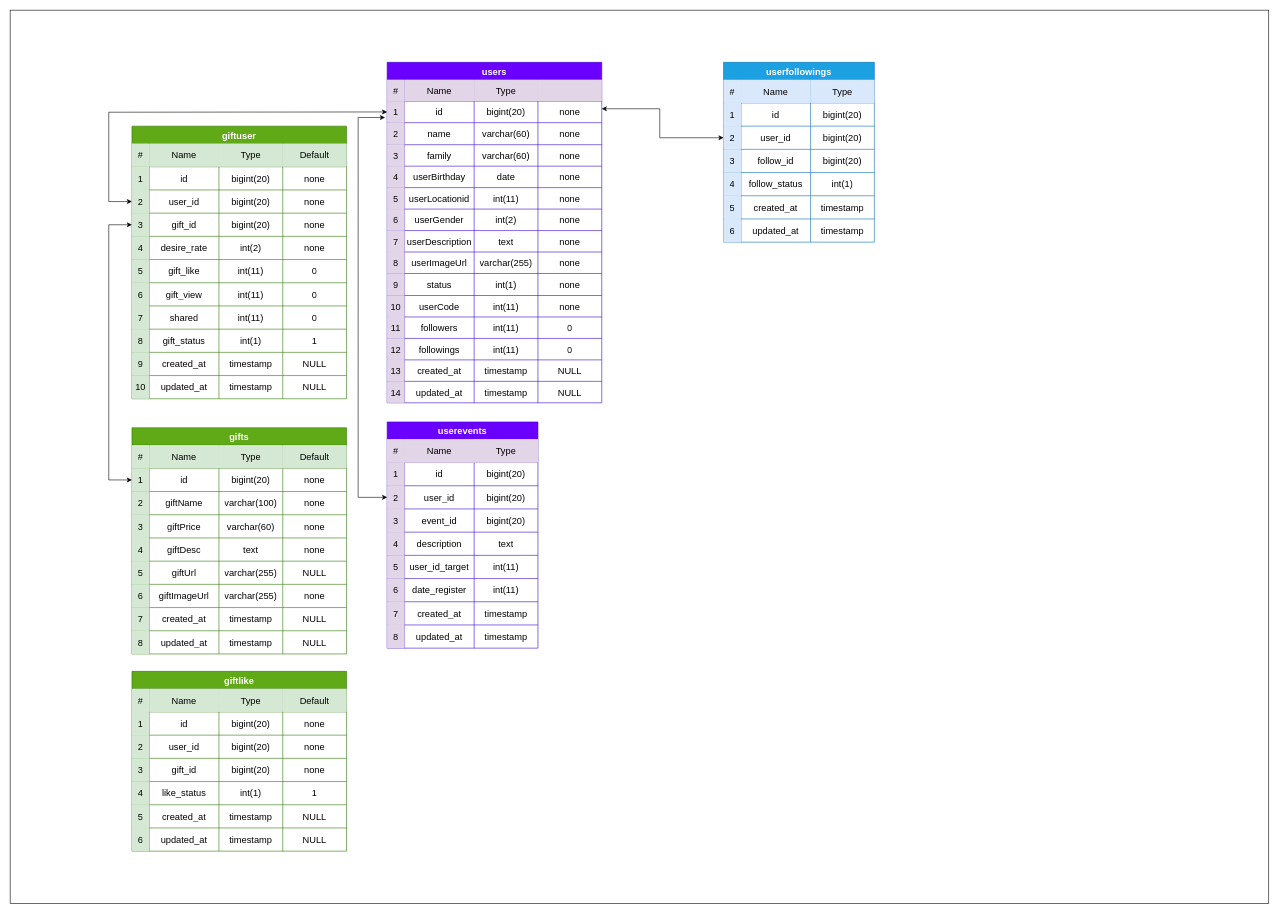
Before: Untitled Diagram.drawio in Rezarezaeipour/wiishy-diagram, a draw.io diagram. Source tidied: cells renumbered, new cells numbered last; positions are measured from the earlier drawing's top-left corner, leaving out a move shared by most shapes. Both pictures are drawn from the tidied source at 58%, with x=0, y=0 at pixel (10, 10).
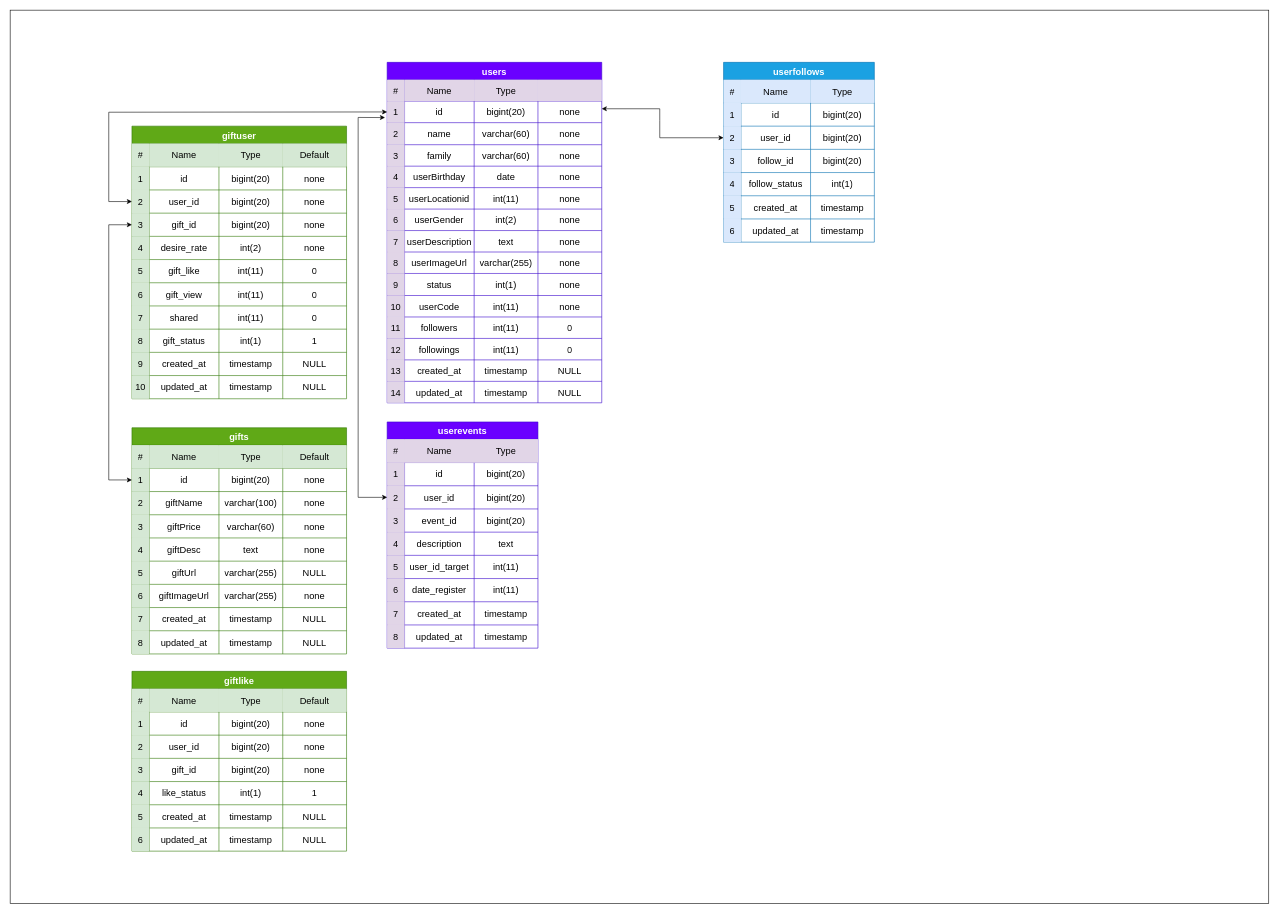
The same page after the edit.

What changed in the source:
```diff
@@
-    <mxCell id="181" value="userfollowings" style="shape=table;startSize=30;childLayout=tableLayout;strokeColor=#006EAF;fontSize=16;fillColor=#1ba1e2;fontStyle=1;fontColor=#ffffff;" parent="1" vertex="1">
+    <mxCell id="181" value="userfollows" style="shape=table;startSize=30;childLayout=tableLayout;strokeColor=#006EAF;fontSize=16;fillColor=#1ba1e2;fontStyle=1;fontColor=#ffffff;" parent="1" vertex="1">
       <mxGeometry x="1230" y="90" width="260" height="310" as="geometry" />
     </mxCell>
```
